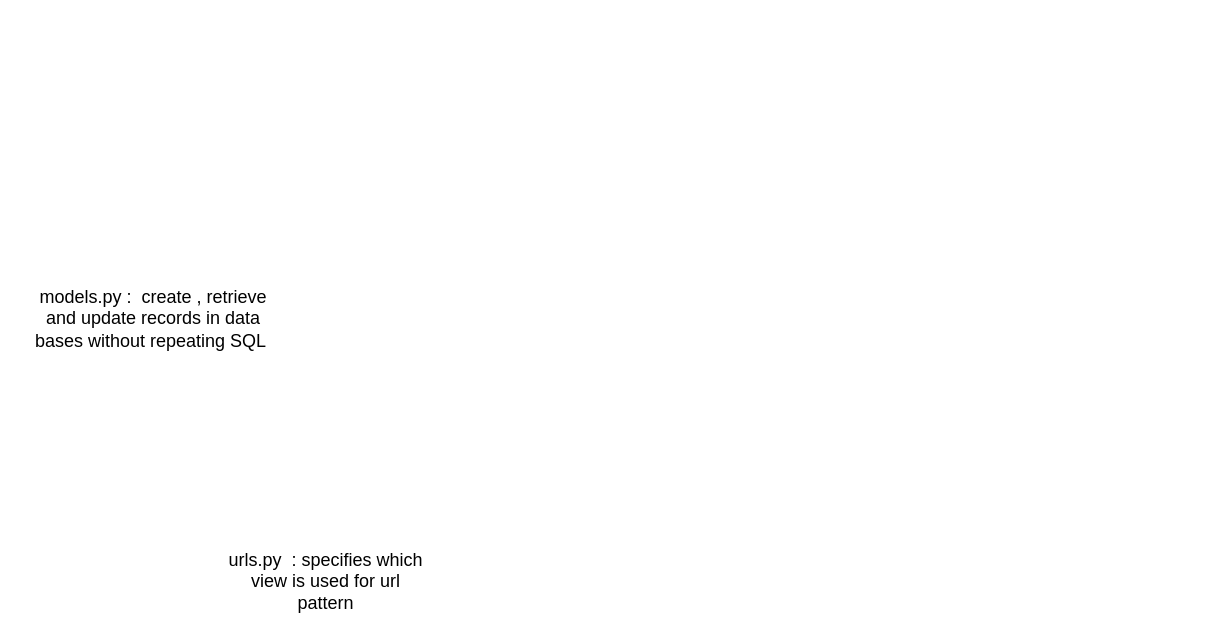
Earlier version of the draw.io diagram Untitled Diagram.drawio (rbnphlp/Codeinstitue_templated_tutorials). Source tidied: cells renumbered, new cells numbered last; positions are measured from the earlier drawing's top-left corner, leaving out a move shared by most shapes. Both pictures are drawn from the tidied source at 150%, with x=0, y=0 at pixel (26, 310).
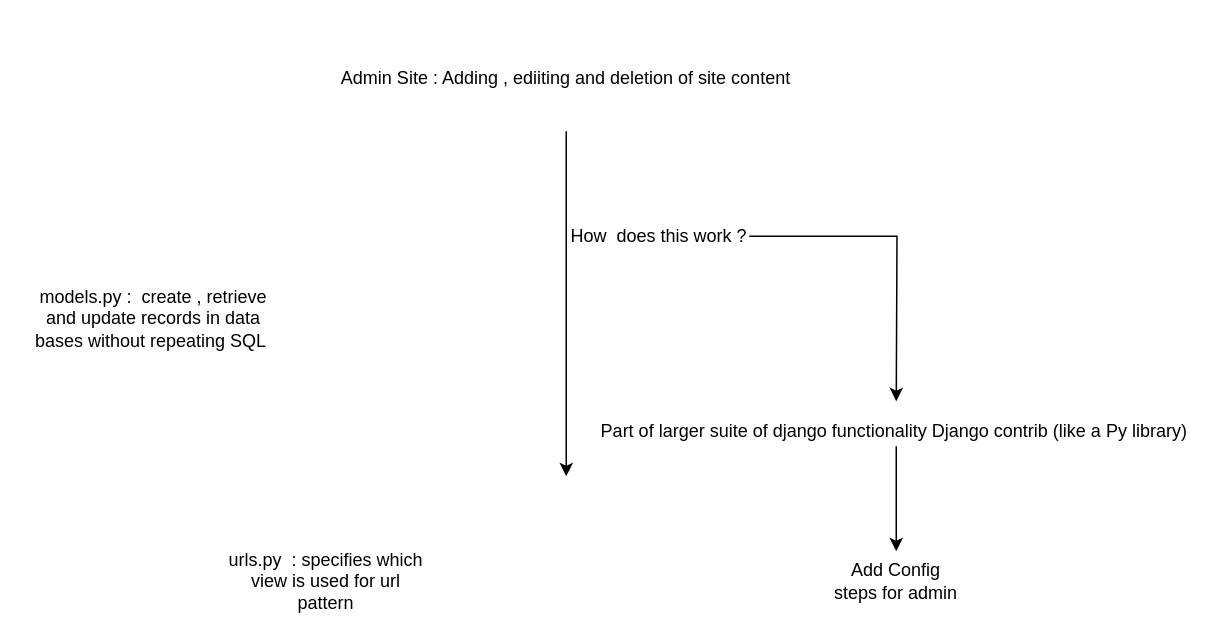
The same diagram, later.

The edit, as a diff of the source:
```diff
@@
 <mxGraphModel background="#ffffff">
   <root>
     <mxCell id="0" />
     <mxCell id="1" parent="0" />
     <mxCell id="2" value="urls.py&amp;nbsp; : specifies which view is used for url pattern" style="text;html=1;strokeColor=none;fillColor=none;align=center;verticalAlign=middle;whiteSpace=wrap;rounded=0;" parent="1" vertex="1">
       <mxGeometry x="130" y="170" width="140" height="20" as="geometry" />
     </mxCell>
     <mxCell id="3" value="models.py :&amp;nbsp; create , retrieve and update records in data bases without repeating SQL&amp;nbsp;" style="text;html=1;strokeColor=none;fillColor=none;align=center;verticalAlign=middle;whiteSpace=wrap;rounded=0;" parent="1" vertex="1">
       <mxGeometry width="170" height="10" as="geometry" />
     </mxCell>
+    <mxCell id="4" style="edgeStyle=orthogonalEdgeStyle;rounded=0;jettySize=auto;html=1;" parent="1" edge="1" source="5">
+      <mxGeometry relative="1" as="geometry">
+        <mxPoint x="360" y="110" as="targetPoint" />
+      </mxGeometry>
+    </mxCell>
+    <mxCell id="5" value="Admin Site : Adding , ediiting and deletion of site content" style="text;html=1;strokeColor=none;fillColor=none;align=center;verticalAlign=middle;whiteSpace=wrap;rounded=0;" parent="1" vertex="1">
+      <mxGeometry x="170" y="-190" width="380" height="70" as="geometry" />
+    </mxCell>
+    <mxCell id="6" style="edgeStyle=orthogonalEdgeStyle;rounded=0;jettySize=auto;html=1;" parent="1" edge="1" source="7">
+      <mxGeometry relative="1" as="geometry">
+        <mxPoint x="580" y="60" as="targetPoint" />
+      </mxGeometry>
+    </mxCell>
+    <mxCell id="7" value="How&amp;nbsp; does this work ?" style="text;html=1;strokeColor=none;fillColor=none;align=center;verticalAlign=middle;whiteSpace=wrap;rounded=0;" parent="1" vertex="1">
+      <mxGeometry x="362" y="-60" width="120" height="20" as="geometry" />
+    </mxCell>
+    <mxCell id="8" style="edgeStyle=orthogonalEdgeStyle;rounded=0;jettySize=auto;html=1;" parent="1" edge="1" source="9">
+      <mxGeometry relative="1" as="geometry">
+        <mxPoint x="580" y="160" as="targetPoint" />
+      </mxGeometry>
+    </mxCell>
+    <mxCell id="9" value="Part of larger suite of django functionality Django contrib (like a Py library)&amp;nbsp;" style="text;html=1;align=center;verticalAlign=middle;points=[];" parent="1" vertex="1">
+      <mxGeometry x="375" y="70" width="410" height="20" as="geometry" />
+    </mxCell>
+    <mxCell id="10" value="Add Config steps for admin" style="text;html=1;strokeColor=none;fillColor=none;align=center;verticalAlign=middle;whiteSpace=wrap;rounded=0;" parent="1" vertex="1">
+      <mxGeometry x="535" y="170" width="90" height="20" as="geometry" />
+    </mxCell>
+    <mxCell id="11" style="edgeStyle=orthogonalEdgeStyle;rounded=0;orthogonalLoop=1;jettySize=auto;html=1;exitX=0.5;exitY=1;exitDx=0;exitDy=0;" parent="1" edge="1" source="10" target="10">
+      <mxGeometry relative="1" as="geometry" />
+    </mxCell>
   </root>
 </mxGraphModel>
```
